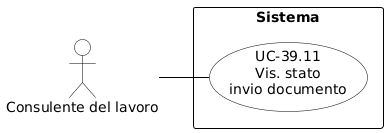
aLittleByte-19/Documentazione keeps this PlantUML diagram as RTB/Analisi dei Requisiti/diagrammi_use_case/UC-39.11.png. Above is the earlier version.
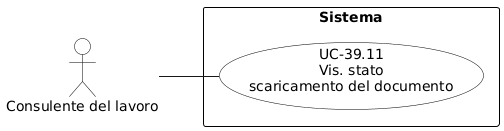
The same diagram one commit later.

Diff of the diagram source:
```diff
@@ -1,29 +1,27 @@
 @startuml
+left to right direction
+
 skinparam shadowing false
-skinparam defaultFontName Arial
-left to right direction
-skinparam nodesep 15
-skinparam ranksep 50
 
+skinparam actor {
+  BackgroundColor white
+  BorderColor black
+}
 skinparam usecase {
-    BackgroundColor white
-    BorderColor black
-    ArrowColor black
-}
-skinparam actor {
-    BackgroundColor white
-    BorderColor black
+  BackgroundColor white
+  BorderColor black
 }
 skinparam rectangle {
-    BorderColor black
-    FontStyle bold
+  BackgroundColor white
+  BorderColor black
+  FontColor black
 }
 
-actor "Consulente del lavoro" as CL
+actor "Consulente del lavoro" as cdl
 
 rectangle "Sistema" {
-    usecase "UC-39.11\nVis. stato\ninvio documento" as UC39_11
+  usecase "UC-39.11\nVis. stato\nscaricamento del documento" as uc3911
 }
 
-CL -- UC39_11
+cdl -- uc3911
 @enduml
```
